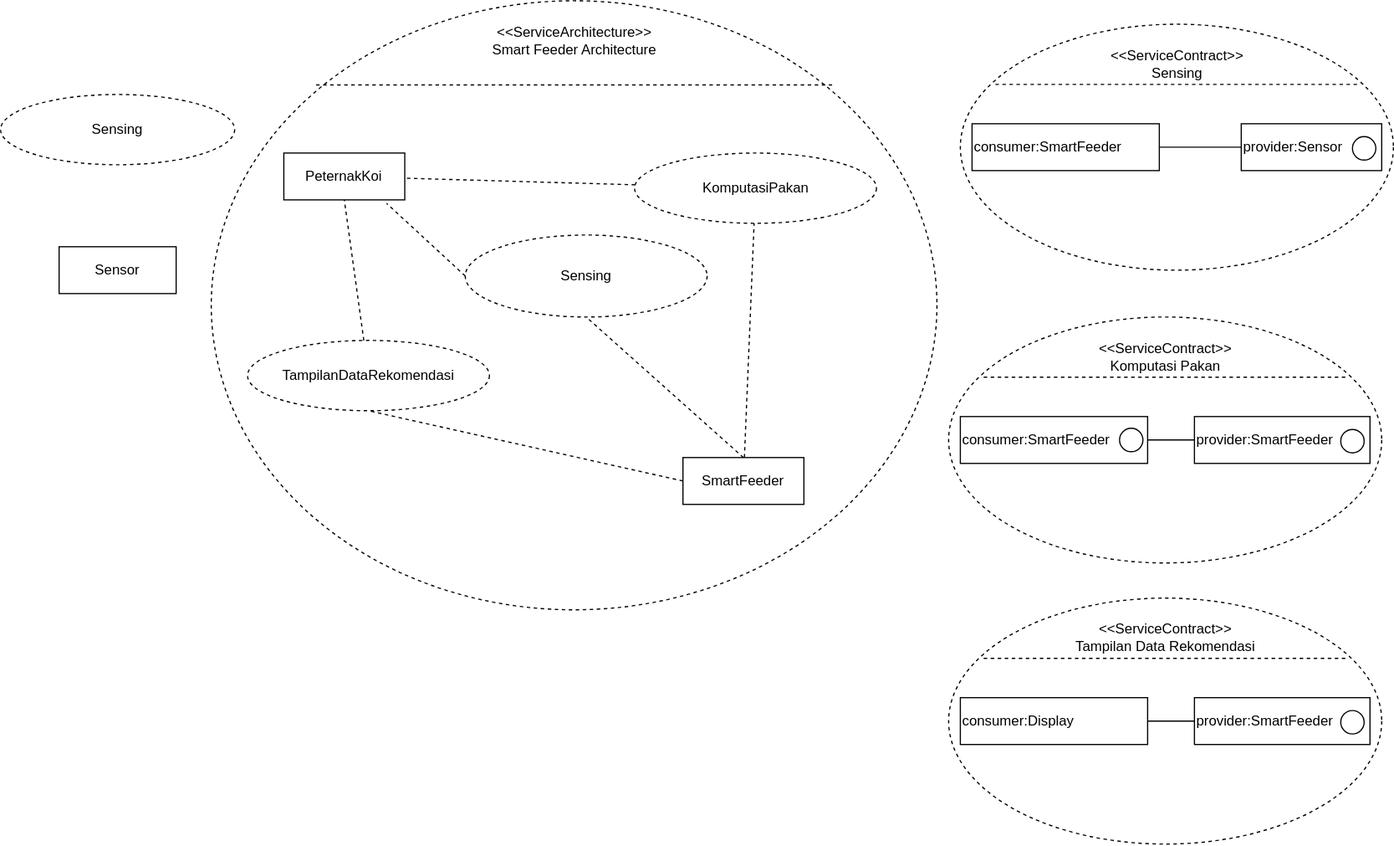
The draw.io diagram soaml1.svg in shadow17t/diagram, before a commit. Source tidied: cells renumbered, new cells last; positions are measured from the earlier drawing's top-left corner, leaving out a move shared by most shapes.
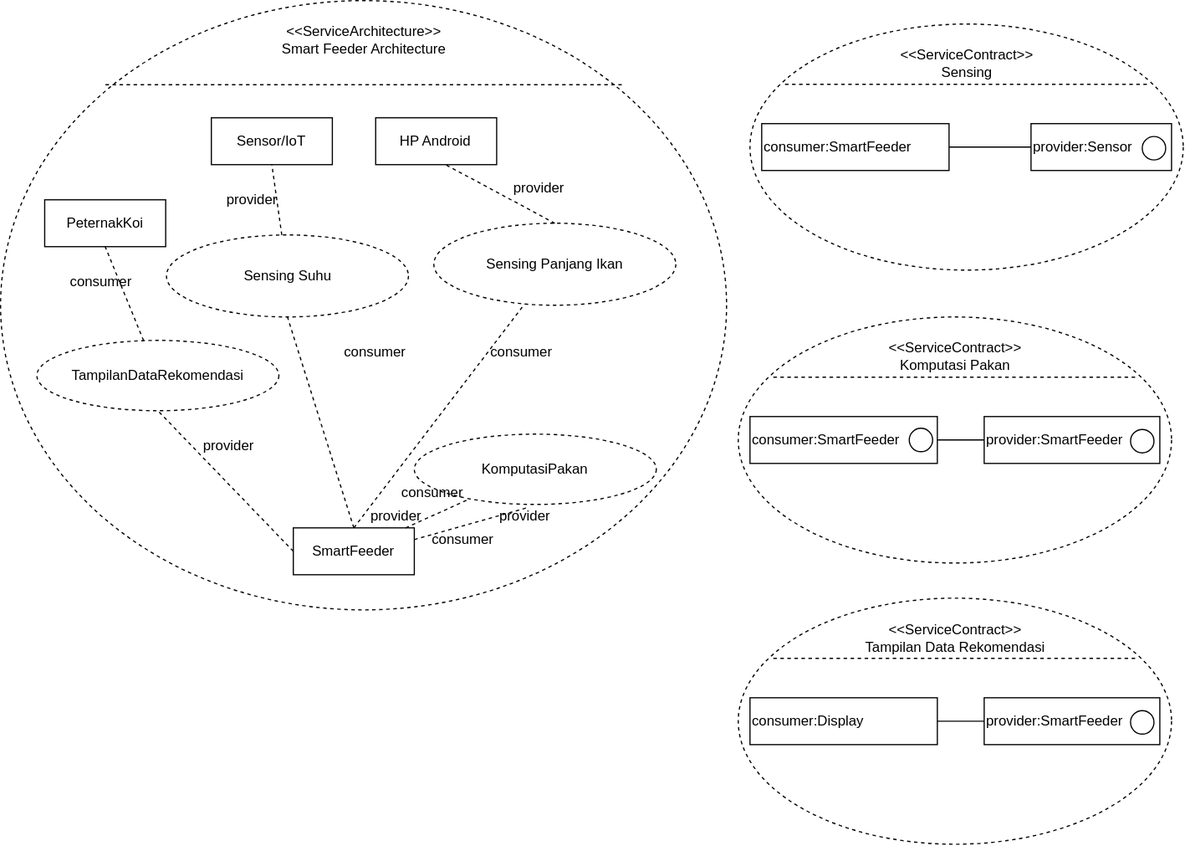
Above is the later version.

The edit, as a diff of the source:
```diff
@@ -13,22 +13,22 @@
         <mxPoint x="-0.3" y="67.8" as="offset" />
       </mxGeometry>
     </mxCell>
-    <mxCell id="5" value="Sensing" style="ellipse;whiteSpace=wrap;html=1;align=center;dashed=1;" parent="2" vertex="1">
-      <mxGeometry x="217" y="200" width="206.7" height="70" as="geometry" />
+    <mxCell id="5" value="Sensing Suhu" style="ellipse;whiteSpace=wrap;html=1;align=center;dashed=1;" parent="2" vertex="1">
+      <mxGeometry x="141.7" y="200" width="206.7" height="70" as="geometry" />
     </mxCell>
     <mxCell id="6" value="TampilanDataRekomendasi" style="ellipse;whiteSpace=wrap;html=1;align=center;dashed=1;" parent="2" vertex="1">
       <mxGeometry x="31" y="290" width="206.7" height="60" as="geometry" />
     </mxCell>
     <mxCell id="7" value="KomputasiPakan" style="ellipse;whiteSpace=wrap;html=1;align=center;dashed=1;" parent="2" vertex="1">
-      <mxGeometry x="361.7" y="130" width="206.7" height="60" as="geometry" />
+      <mxGeometry x="353.3" y="370" width="206.7" height="60" as="geometry" />
     </mxCell>
     <mxCell id="8" value="PeternakKoi" style="whiteSpace=wrap;html=1;align=center;" parent="2" vertex="1">
-      <mxGeometry x="62" y="130" width="103.3" height="40" as="geometry" />
+      <mxGeometry x="37.7" y="170" width="103.3" height="40" as="geometry" />
     </mxCell>
     <mxCell id="9" value="SmartFeeder" style="whiteSpace=wrap;html=1;align=center;" parent="2" vertex="1">
-      <mxGeometry x="403" y="390" width="103.3" height="40" as="geometry" />
+      <mxGeometry x="250" y="450" width="103.3" height="40" as="geometry" />
     </mxCell>
-    <mxCell id="10" style="endArrow=none;dashed=1;html=1;entryX=0.85;entryY=1.075;entryDx=0;entryDy=0;exitX=0;exitY=0.5;exitDx=0;exitDy=0;entryPerimeter=0;" parent="2" edge="1" source="5" target="8">
+    <mxCell id="10" style="endArrow=none;dashed=1;html=1;entryX=0.5;entryY=1;entryDx=0;entryDy=0;" parent="2" edge="1" source="5" target="44">
       <mxGeometry relative="1" as="geometry" />
     </mxCell>
     <mxCell id="11" style="endArrow=none;dashed=1;html=1;entryX=0.5;entryY=1;entryDx=0;entryDy=0;" parent="2" edge="1" source="6" target="8">
@@ -40,15 +40,57 @@
     <mxCell id="13" style="endArrow=none;dashed=1;html=1;" parent="2" edge="1" source="9" target="7">
       <mxGeometry relative="1" as="geometry" />
     </mxCell>
-    <mxCell id="14" style="endArrow=none;dashed=1;html=1;" parent="2" edge="1" source="7" target="8">
-      <mxGeometry relative="1" as="geometry" />
-    </mxCell>
     <mxCell id="15" style="endArrow=none;dashed=1;html=1;entryX=0.5;entryY=1;entryDx=0;entryDy=0;exitX=0;exitY=0.5;exitDx=0;exitDy=0;" parent="2" edge="1" source="9" target="6">
       <mxGeometry relative="1" as="geometry" />
     </mxCell>
-    <mxCell id="16" value="Sensing" style="ellipse;whiteSpace=wrap;html=1;align=center;dashed=1;" parent="1" vertex="1">
-      <mxGeometry y="80" width="200" height="60" as="geometry" />
-    </mxCell>
+    <mxCell id="40" value="provider" style="text;html=1;strokeColor=none;fillColor=none;align=center;verticalAlign=middle;whiteSpace=wrap;rounded=0;" parent="2" vertex="1">
+      <mxGeometry x="160" y="160" width="110" height="20" as="geometry" />
+    </mxCell>
+    <mxCell id="41" value="consumer" style="text;html=1;strokeColor=none;fillColor=none;align=center;verticalAlign=middle;whiteSpace=wrap;rounded=0;" parent="2" vertex="1">
+      <mxGeometry x="265.3" y="290" width="110" height="20" as="geometry" />
+    </mxCell>
+    <mxCell id="42" value="provider" style="text;html=1;strokeColor=none;fillColor=none;align=center;verticalAlign=middle;whiteSpace=wrap;rounded=0;" parent="2" vertex="1">
+      <mxGeometry x="140" y="370" width="110" height="20" as="geometry" />
+    </mxCell>
+    <mxCell id="43" value="consumer" style="text;html=1;strokeColor=none;fillColor=none;align=center;verticalAlign=middle;whiteSpace=wrap;rounded=0;" parent="2" vertex="1">
+      <mxGeometry x="31" y="230" width="110" height="20" as="geometry" />
+    </mxCell>
+    <mxCell id="44" value="Sensor/IoT" style="whiteSpace=wrap;html=1;align=center;" parent="2" vertex="1">
+      <mxGeometry x="180" y="100" width="103.3" height="40" as="geometry" />
+    </mxCell>
+    <mxCell id="45" value="HP Android" style="whiteSpace=wrap;html=1;align=center;" parent="2" vertex="1">
+      <mxGeometry x="320.3" y="100" width="103.3" height="40" as="geometry" />
+    </mxCell>
+    <mxCell id="46" value="Sensing Panjang Ikan" style="ellipse;whiteSpace=wrap;html=1;align=center;dashed=1;" parent="2" vertex="1">
+      <mxGeometry x="370" y="190" width="206.7" height="70" as="geometry" />
+    </mxCell>
+    <mxCell id="47" style="endArrow=none;dashed=1;html=1;entryX=0.577;entryY=1;entryDx=0;entryDy=0;entryPerimeter=0;exitX=0.5;exitY=0;exitDx=0;exitDy=0;" parent="2" edge="1" source="46" target="45">
+      <mxGeometry relative="1" as="geometry" />
+    </mxCell>
+    <mxCell id="48" style="endArrow=none;dashed=1;html=1;exitX=0.5;exitY=0;exitDx=0;exitDy=0;" parent="2" edge="1" source="9" target="46">
+      <mxGeometry relative="1" as="geometry" />
+    </mxCell>
+    <mxCell id="49" value="consumer" style="text;html=1;strokeColor=none;fillColor=none;align=center;verticalAlign=middle;whiteSpace=wrap;rounded=0;" parent="2" vertex="1">
+      <mxGeometry x="390" y="290" width="110" height="20" as="geometry" />
+    </mxCell>
+    <mxCell id="50" value="provider" style="text;html=1;strokeColor=none;fillColor=none;align=center;verticalAlign=middle;whiteSpace=wrap;rounded=0;" parent="2" vertex="1">
+      <mxGeometry x="404.5" y="150" width="110" height="20" as="geometry" />
+    </mxCell>
+    <mxCell id="51" value="consumer" style="text;html=1;strokeColor=none;fillColor=none;align=center;verticalAlign=middle;whiteSpace=wrap;rounded=0;" parent="2" vertex="1">
+      <mxGeometry x="313.7" y="410" width="110" height="20" as="geometry" />
+    </mxCell>
+    <mxCell id="52" value="provider" style="text;html=1;strokeColor=none;fillColor=none;align=center;verticalAlign=middle;whiteSpace=wrap;rounded=0;" parent="2" vertex="1">
+      <mxGeometry x="393.3" y="430" width="110" height="20" as="geometry" />
+    </mxCell>
+    <mxCell id="53" style="endArrow=none;dashed=1;html=1;entryX=0.463;entryY=1.05;entryDx=0;entryDy=0;entryPerimeter=0;exitX=1;exitY=0.25;exitDx=0;exitDy=0;" parent="2" edge="1" source="9" target="7">
+      <mxGeometry relative="1" as="geometry" />
+    </mxCell>
+    <mxCell id="54" value="consumer" style="text;html=1;strokeColor=none;fillColor=none;align=center;verticalAlign=middle;whiteSpace=wrap;rounded=0;" parent="2" vertex="1">
+      <mxGeometry x="340" y="450" width="110" height="20" as="geometry" />
+    </mxCell>
+    <mxCell id="55" value="provider" style="text;html=1;strokeColor=none;fillColor=none;align=center;verticalAlign=middle;whiteSpace=wrap;rounded=0;" parent="2" vertex="1">
+      <mxGeometry x="283.3" y="430" width="110" height="20" as="geometry" />
+    </mxCell>
     <mxCell id="17" style="shape=ellipse;horizontal=1;html=1;dashed=1;" parent="1" vertex="1">
       <mxGeometry x="820" y="20" width="370" height="210" as="geometry" />
     </mxCell>
@@ -72,9 +114,6 @@
     <mxCell id="23" style="ellipse;fillColor=#ffffff;strokeColor=#000000;" parent="17" vertex="1">
       <mxGeometry x="335" y="96" width="20" height="20" as="geometry" />
     </mxCell>
-    <mxCell id="24" value="Sensor" style="whiteSpace=wrap;html=1;align=center;" parent="1" vertex="1">
-      <mxGeometry x="50" y="210" width="100" height="40" as="geometry" />
-    </mxCell>
     <mxCell id="25" style="shape=ellipse;horizontal=1;html=1;dashed=1;" parent="1" vertex="1">
       <mxGeometry x="810" y="270" width="370" height="210" as="geometry" />
     </mxCell>
```
